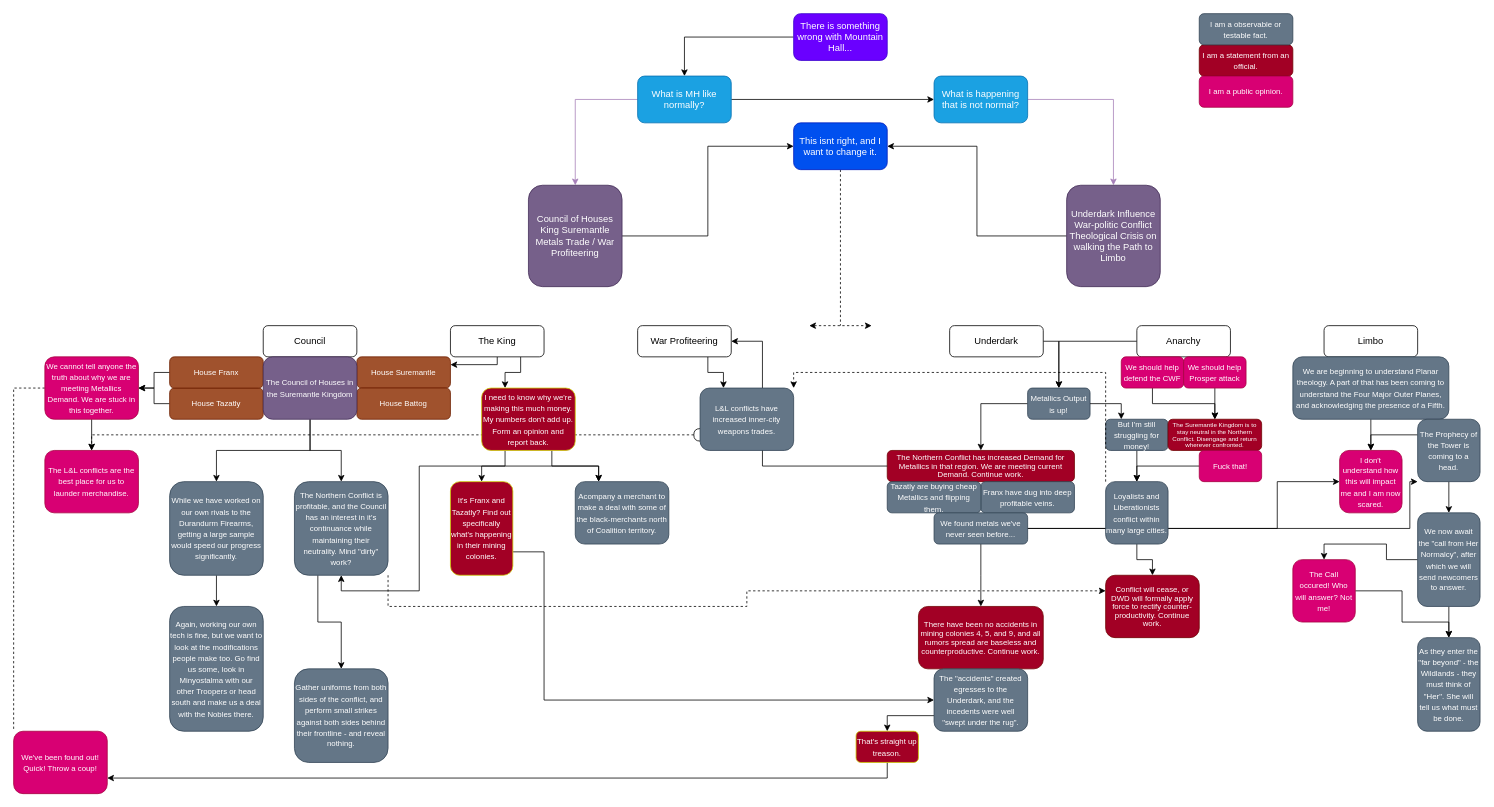
Above: MEDIA/SUPP/mountainhall.drawio in craftingcity/The-Known-World (draw.io), before the change. Source tidied: cells renumbered, new cells numbered last; positions are measured from the earlier drawing's top-left corner, leaving out a move shared by most shapes. Both pictures are drawn from the tidied source at 78%, with x=0, y=0 at pixel (13, 13).
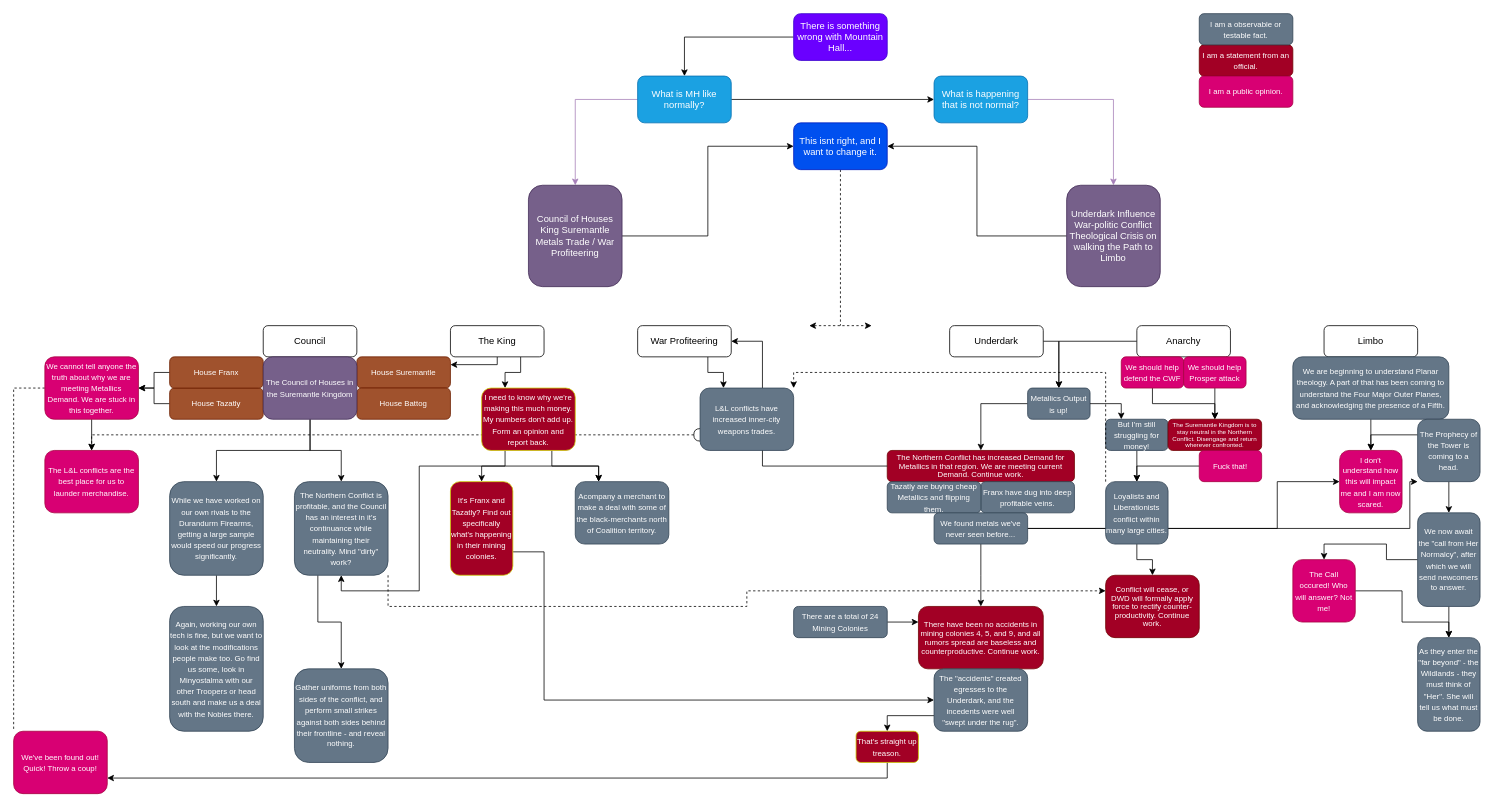
The same page after the edit.

The change refers to these unchanged cells:
```xml
<mxCell id="74" value="&lt;p style=&quot;line-height: 92%;&quot;&gt;&lt;font style=&quot;font-size: 10px;&quot;&gt;There have been no accidents in mining colonies 4, 5, and 9, and all rumors spread are baseless and counterproductive. Continue work.&lt;/font&gt;&lt;/p&gt;" style="rounded=1;whiteSpace=wrap;html=1;fillColor=#a20025;fontColor=#ffffff;strokeColor=#6F0000;" parent="1" vertex="1">
  <mxGeometry x="1160" y="760" width="160" height="80" as="geometry" />
</mxCell>
```

The edit, as a diff of the source:
```diff
@@
+    <mxCell id="101" style="edgeStyle=orthogonalEdgeStyle;rounded=0;jettySize=auto;html=1;exitX=1;exitY=0.5;exitDx=0;exitDy=0;entryX=0;entryY=0.25;entryDx=0;entryDy=0;" parent="1" edge="1" source="102" target="74">
+      <mxGeometry relative="1" as="geometry" />
+    </mxCell>
+    <mxCell id="102" value="&lt;span style=&quot;font-size: 10px;&quot;&gt;There are a total of 24 Mining Colonies&lt;/span&gt;" style="rounded=1;whiteSpace=wrap;html=1;fillColor=#647687;fontColor=#ffffff;strokeColor=#314354;" parent="1" vertex="1">
+      <mxGeometry x="1000" y="760" width="120" height="40" as="geometry" />
+    </mxCell>
```
